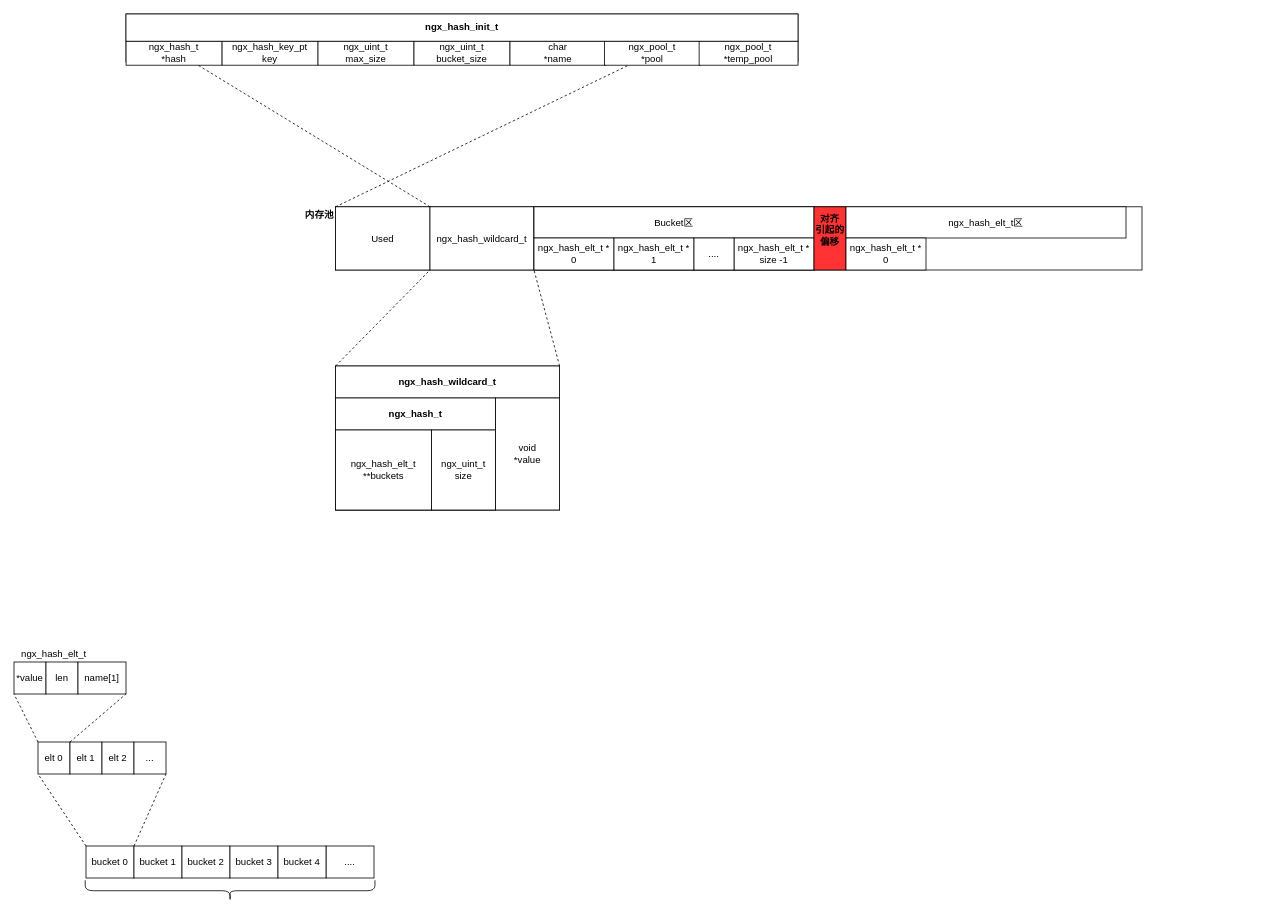
This is Nginx.drawio from JianHao-Chen/UML, a draw.io file, before an edit. Source tidied: cells renumbered, new cells numbered last; positions are measured from the earlier drawing's top-left corner, leaving out a move shared by most shapes. Both pictures are drawn from the tidied source at 80%, with x=0, y=0 at pixel (14, 14).
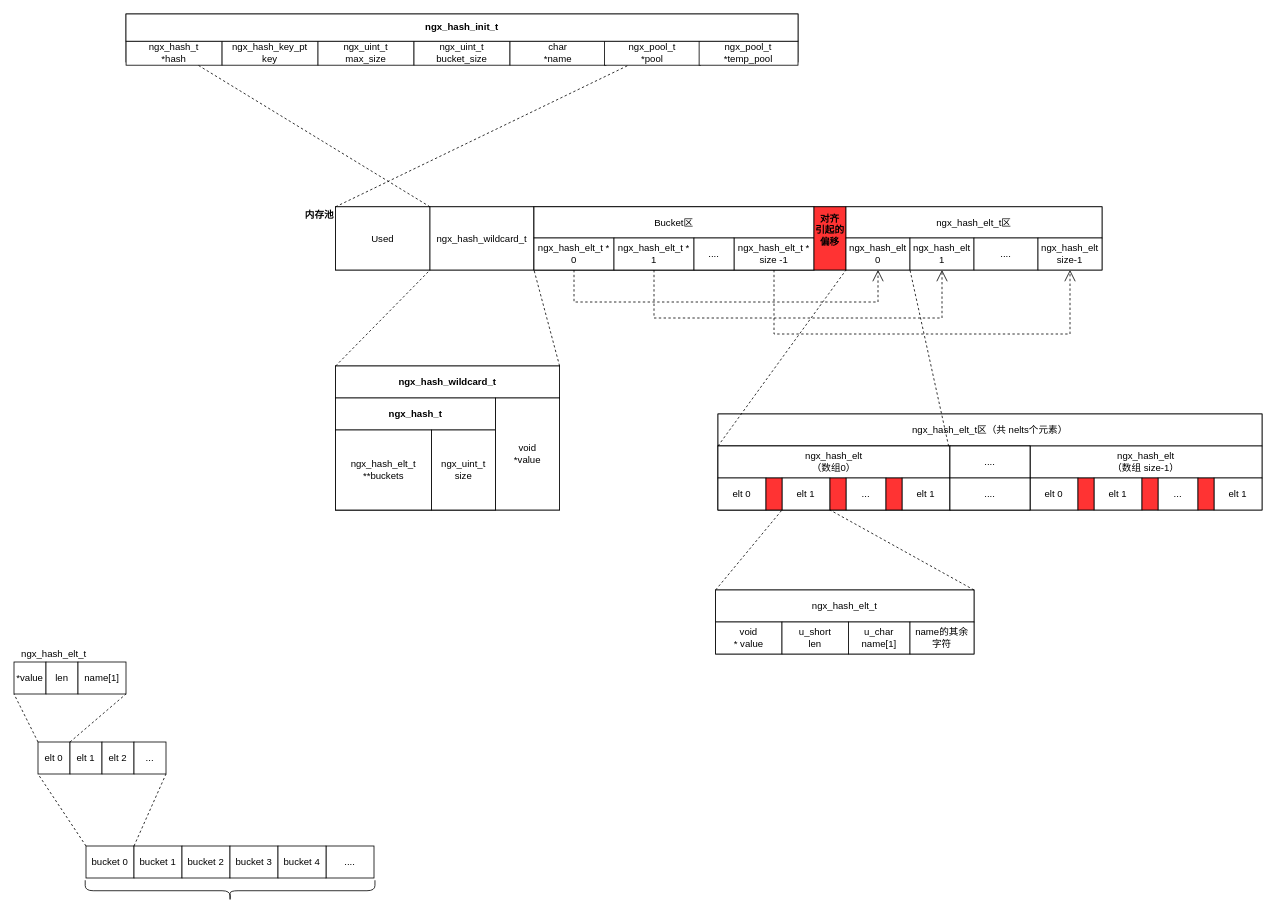
The same page after the edit.

Unchanged cells that the change refers to:
```xml
<mxCell id="47" value="ngx_hash_elt_t *&lt;br&gt;0" style="rounded=0;whiteSpace=wrap;html=1;" parent="1" vertex="1">
  <mxGeometry x="650" y="280" width="100" height="40" as="geometry" />
</mxCell>
<mxCell id="48" value="ngx_hash_elt_t *&lt;br&gt;1" style="rounded=0;whiteSpace=wrap;html=1;" parent="1" vertex="1">
  <mxGeometry x="750" y="280" width="100" height="40" as="geometry" />
</mxCell>
<mxCell id="49" value="ngx_hash_elt_t *&lt;br&gt;size -1" style="rounded=0;whiteSpace=wrap;html=1;" parent="1" vertex="1">
  <mxGeometry x="900" y="280" width="100" height="40" as="geometry" />
</mxCell>
```

Change to the diagram source:
```diff
@@
     <mxCell id="45" value="&lt;p&gt;&lt;br&gt;&lt;/p&gt;" style="rounded=0;whiteSpace=wrap;html=1;" parent="1" vertex="1">
-      <mxGeometry x="650" y="241" width="760" height="79" as="geometry" />
+      <mxGeometry x="650" y="241" width="710" height="79" as="geometry" />
     </mxCell>
@@
     <mxCell id="53" value="ngx_hash_elt_t区" style="rounded=0;whiteSpace=wrap;html=1;" parent="1" vertex="1">
-      <mxGeometry x="1040" y="241" width="350" height="39" as="geometry" />
+      <mxGeometry x="1040" y="241" width="320" height="39" as="geometry" />
     </mxCell>
-    <mxCell id="54" value="ngx_hash_elt_t *&lt;br&gt;0" style="rounded=0;whiteSpace=wrap;html=1;" parent="1" vertex="1">
-      <mxGeometry x="1040" y="280" width="100" height="40" as="geometry" />
+    <mxCell id="54" value="ngx_hash_elt&lt;br&gt;0" style="rounded=0;whiteSpace=wrap;html=1;" parent="1" vertex="1">
+      <mxGeometry x="1040" y="280" width="80" height="40" as="geometry" />
     </mxCell>
+    <mxCell id="55" value="ngx_hash_elt&lt;br&gt;1" style="rounded=0;whiteSpace=wrap;html=1;" parent="1" vertex="1">
+      <mxGeometry x="1120" y="280" width="80" height="40" as="geometry" />
+    </mxCell>
+    <mxCell id="56" value="...." style="rounded=0;whiteSpace=wrap;html=1;" parent="1" vertex="1">
+      <mxGeometry x="1200" y="280" width="80" height="40" as="geometry" />
+    </mxCell>
+    <mxCell id="57" value="ngx_hash_elt&lt;br&gt;size-1" style="rounded=0;whiteSpace=wrap;html=1;" parent="1" vertex="1">
+      <mxGeometry x="1280" y="280" width="80" height="40" as="geometry" />
+    </mxCell>
+    <mxCell id="58" style="endArrow=open;endSize=12;dashed=1;html=1;exitX=0.5;exitY=1;exitDx=0;exitDy=0;rounded=0;entryX=0.5;entryY=1;entryDx=0;entryDy=0;" parent="1" edge="1" source="47" target="54">
+      <mxGeometry relative="1" as="geometry">
+        <Array as="points">
+          <mxPoint x="700" y="360" />
+          <mxPoint x="1080" y="360" />
+        </Array>
+      </mxGeometry>
+    </mxCell>
+    <mxCell id="59" style="endArrow=open;endSize=12;dashed=1;html=1;exitX=0.5;exitY=1;exitDx=0;exitDy=0;rounded=0;entryX=0.5;entryY=1;entryDx=0;entryDy=0;" parent="1" edge="1" source="48" target="55">
+      <mxGeometry relative="1" as="geometry">
+        <Array as="points">
+          <mxPoint x="800" y="380" />
+          <mxPoint x="1160" y="380" />
+        </Array>
+      </mxGeometry>
+    </mxCell>
+    <mxCell id="60" style="endArrow=open;endSize=12;dashed=1;html=1;exitX=0.5;exitY=1;exitDx=0;exitDy=0;rounded=0;entryX=0.5;entryY=1;entryDx=0;entryDy=0;" parent="1" edge="1" source="49" target="57">
+      <mxGeometry relative="1" as="geometry">
+        <Array as="points">
+          <mxPoint x="950" y="400" />
+          <mxPoint x="1320" y="400" />
+        </Array>
+      </mxGeometry>
+    </mxCell>
+    <mxCell id="61" style="rounded=0;whiteSpace=wrap;html=1;fillColor=#FFFFFF;" parent="1" vertex="1">
+      <mxGeometry x="880" y="500" width="680" height="120" as="geometry" />
+    </mxCell>
+    <mxCell id="62" value="&lt;span style=&quot;white-space: normal&quot;&gt;ngx_hash_elt_t区（共 nelts个元素）&lt;/span&gt;" style="rounded=0;whiteSpace=wrap;html=1;fillColor=#FFFFFF;" parent="1" vertex="1">
+      <mxGeometry x="880" y="500" width="680" height="40" as="geometry" />
+    </mxCell>
+    <mxCell id="63" style="rounded=0;whiteSpace=wrap;html=1;fillColor=#FFFFFF;" parent="1" vertex="1">
+      <mxGeometry x="880" y="540" width="290" height="80" as="geometry" />
+    </mxCell>
+    <mxCell id="64" value="&lt;span style=&quot;white-space: normal&quot;&gt;ngx_hash_elt&lt;/span&gt;&lt;br style=&quot;white-space: normal&quot;&gt;（数组0）" style="rounded=0;whiteSpace=wrap;html=1;fillColor=#FFFFFF;" parent="1" vertex="1">
+      <mxGeometry x="880" y="540" width="290" height="40" as="geometry" />
+    </mxCell>
+    <mxCell id="65" style="rounded=0;whiteSpace=wrap;html=1;fillColor=#FFFFFF;" parent="1" vertex="1">
+      <mxGeometry x="877" y="720" width="323" height="80" as="geometry" />
+    </mxCell>
+    <mxCell id="66" value="elt 0" style="rounded=0;whiteSpace=wrap;html=1;fillColor=#FFFFFF;" parent="1" vertex="1">
+      <mxGeometry x="880" y="580" width="60" height="40" as="geometry" />
+    </mxCell>
+    <mxCell id="67" value="elt 1" style="rounded=0;whiteSpace=wrap;html=1;fillColor=#FFFFFF;" parent="1" vertex="1">
+      <mxGeometry x="960" y="580" width="60" height="40" as="geometry" />
+    </mxCell>
+    <mxCell id="68" value="..." style="rounded=0;whiteSpace=wrap;html=1;fillColor=#FFFFFF;" parent="1" vertex="1">
+      <mxGeometry x="1040" y="580" width="50" height="40" as="geometry" />
+    </mxCell>
+    <mxCell id="69" value="elt 1" style="rounded=0;whiteSpace=wrap;html=1;fillColor=#FFFFFF;" parent="1" vertex="1">
+      <mxGeometry x="1110" y="580" width="60" height="40" as="geometry" />
+    </mxCell>
+    <mxCell id="70" value="&lt;span style=&quot;white-space: normal&quot;&gt;ngx_hash_elt_t&lt;/span&gt;" style="rounded=0;whiteSpace=wrap;html=1;fillColor=#FFFFFF;" parent="1" vertex="1">
+      <mxGeometry x="877" y="720" width="323" height="40" as="geometry" />
+    </mxCell>
+    <mxCell id="71" value="void&lt;br&gt;* value" style="rounded=0;whiteSpace=wrap;html=1;fillColor=#FFFFFF;" parent="1" vertex="1">
+      <mxGeometry x="877" y="760" width="83" height="40" as="geometry" />
+    </mxCell>
+    <mxCell id="72" value="u_short&lt;br&gt;len" style="rounded=0;whiteSpace=wrap;html=1;fillColor=#FFFFFF;" parent="1" vertex="1">
+      <mxGeometry x="960" y="760" width="83" height="40" as="geometry" />
+    </mxCell>
+    <mxCell id="73" value="u_char&lt;br&gt;name[1]" style="rounded=0;whiteSpace=wrap;html=1;fillColor=#FFFFFF;" parent="1" vertex="1">
+      <mxGeometry x="1043" y="760" width="77" height="40" as="geometry" />
+    </mxCell>
+    <mxCell id="74" value="name的其余字符" style="rounded=0;whiteSpace=wrap;html=1;fillColor=#FFFFFF;" parent="1" vertex="1">
+      <mxGeometry x="1120" y="760" width="80" height="40" as="geometry" />
+    </mxCell>
+    <mxCell id="75" style="rounded=0;whiteSpace=wrap;html=1;fillColor=#FF3333;" parent="1" vertex="1">
+      <mxGeometry x="940" y="580" width="20" height="40" as="geometry" />
+    </mxCell>
+    <mxCell id="76" style="rounded=0;whiteSpace=wrap;html=1;fillColor=#FF3333;" parent="1" vertex="1">
+      <mxGeometry x="1020" y="580" width="20" height="40" as="geometry" />
+    </mxCell>
+    <mxCell id="77" style="rounded=0;whiteSpace=wrap;html=1;fillColor=#FF3333;" parent="1" vertex="1">
+      <mxGeometry x="1090" y="580" width="20" height="40" as="geometry" />
+    </mxCell>
+    <mxCell id="78" style="endArrow=none;dashed=1;html=1;entryX=1;entryY=1;entryDx=0;entryDy=0;exitX=0;exitY=0;exitDx=0;exitDy=0;" parent="1" edge="1" source="70" target="75">
+      <mxGeometry relative="1" as="geometry" />
+    </mxCell>
+    <mxCell id="79" style="endArrow=none;dashed=1;html=1;entryX=1;entryY=1;entryDx=0;entryDy=0;exitX=1;exitY=0;exitDx=0;exitDy=0;" parent="1" edge="1" source="70" target="67">
+      <mxGeometry relative="1" as="geometry" />
+    </mxCell>
+    <mxCell id="80" value="&lt;span style=&quot;white-space: normal&quot;&gt;ngx_hash_elt&lt;/span&gt;&lt;br style=&quot;white-space: normal&quot;&gt;（数组 size-1）" style="rounded=0;whiteSpace=wrap;html=1;fillColor=#FFFFFF;" parent="1" vertex="1">
+      <mxGeometry x="1270" y="540" width="290" height="40" as="geometry" />
+    </mxCell>
+    <mxCell id="81" value="elt 0" style="rounded=0;whiteSpace=wrap;html=1;fillColor=#FFFFFF;" parent="1" vertex="1">
+      <mxGeometry x="1270" y="580" width="60" height="40" as="geometry" />
+    </mxCell>
+    <mxCell id="82" value="elt 1" style="rounded=0;whiteSpace=wrap;html=1;fillColor=#FFFFFF;" parent="1" vertex="1">
+      <mxGeometry x="1350" y="580" width="60" height="40" as="geometry" />
+    </mxCell>
+    <mxCell id="83" value="..." style="rounded=0;whiteSpace=wrap;html=1;fillColor=#FFFFFF;" parent="1" vertex="1">
+      <mxGeometry x="1430" y="580" width="50" height="40" as="geometry" />
+    </mxCell>
+    <mxCell id="84" value="elt 1" style="rounded=0;whiteSpace=wrap;html=1;fillColor=#FFFFFF;" parent="1" vertex="1">
+      <mxGeometry x="1500" y="580" width="60" height="40" as="geometry" />
+    </mxCell>
+    <mxCell id="85" style="rounded=0;whiteSpace=wrap;html=1;fillColor=#FF3333;" parent="1" vertex="1">
+      <mxGeometry x="1330" y="580" width="20" height="40" as="geometry" />
+    </mxCell>
+    <mxCell id="86" style="rounded=0;whiteSpace=wrap;html=1;fillColor=#FF3333;" parent="1" vertex="1">
+      <mxGeometry x="1410" y="580" width="20" height="40" as="geometry" />
+    </mxCell>
+    <mxCell id="87" style="rounded=0;whiteSpace=wrap;html=1;fillColor=#FF3333;" parent="1" vertex="1">
+      <mxGeometry x="1480" y="580" width="20" height="40" as="geometry" />
+    </mxCell>
+    <mxCell id="88" style="rounded=0;whiteSpace=wrap;html=1;fillColor=#FFFFFF;" parent="1" vertex="1">
+      <mxGeometry x="1170" y="540" width="100" height="80" as="geometry" />
+    </mxCell>
+    <mxCell id="89" value="...." style="rounded=0;whiteSpace=wrap;html=1;fillColor=#FFFFFF;" parent="1" vertex="1">
+      <mxGeometry x="1170" y="540" width="100" height="40" as="geometry" />
+    </mxCell>
+    <mxCell id="90" value="...." style="rounded=0;whiteSpace=wrap;html=1;fillColor=#FFFFFF;" parent="1" vertex="1">
+      <mxGeometry x="1170" y="580" width="100" height="40" as="geometry" />
+    </mxCell>
+    <mxCell id="91" style="endArrow=none;dashed=1;html=1;entryX=0;entryY=1;entryDx=0;entryDy=0;exitX=0;exitY=1;exitDx=0;exitDy=0;" parent="1" edge="1" source="62" target="54">
+      <mxGeometry relative="1" as="geometry" />
+    </mxCell>
+    <mxCell id="92" style="endArrow=none;dashed=1;html=1;entryX=0;entryY=1;entryDx=0;entryDy=0;exitX=0.424;exitY=1.007;exitDx=0;exitDy=0;exitPerimeter=0;" parent="1" edge="1" source="62" target="55">
+      <mxGeometry relative="1" as="geometry" />
+    </mxCell>
```
